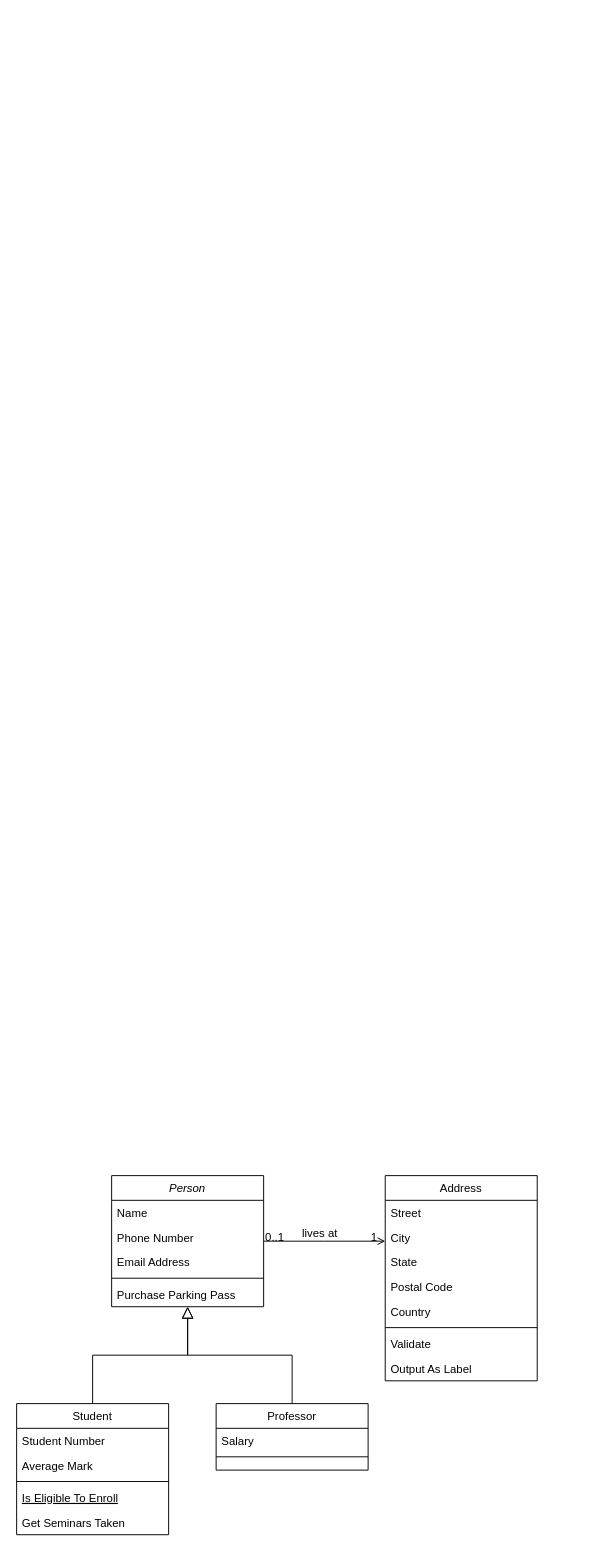
New-B/figures keeps this draw.io diagram as farm.drawio. Above is the earlier version. Source tidied: cells renumbered, new cells numbered last; positions are measured from the earlier drawing's top-left corner, leaving out a move shared by most shapes. Both pictures are drawn from the tidied source at 95%, with x=0, y=0 at pixel (16, 1175).
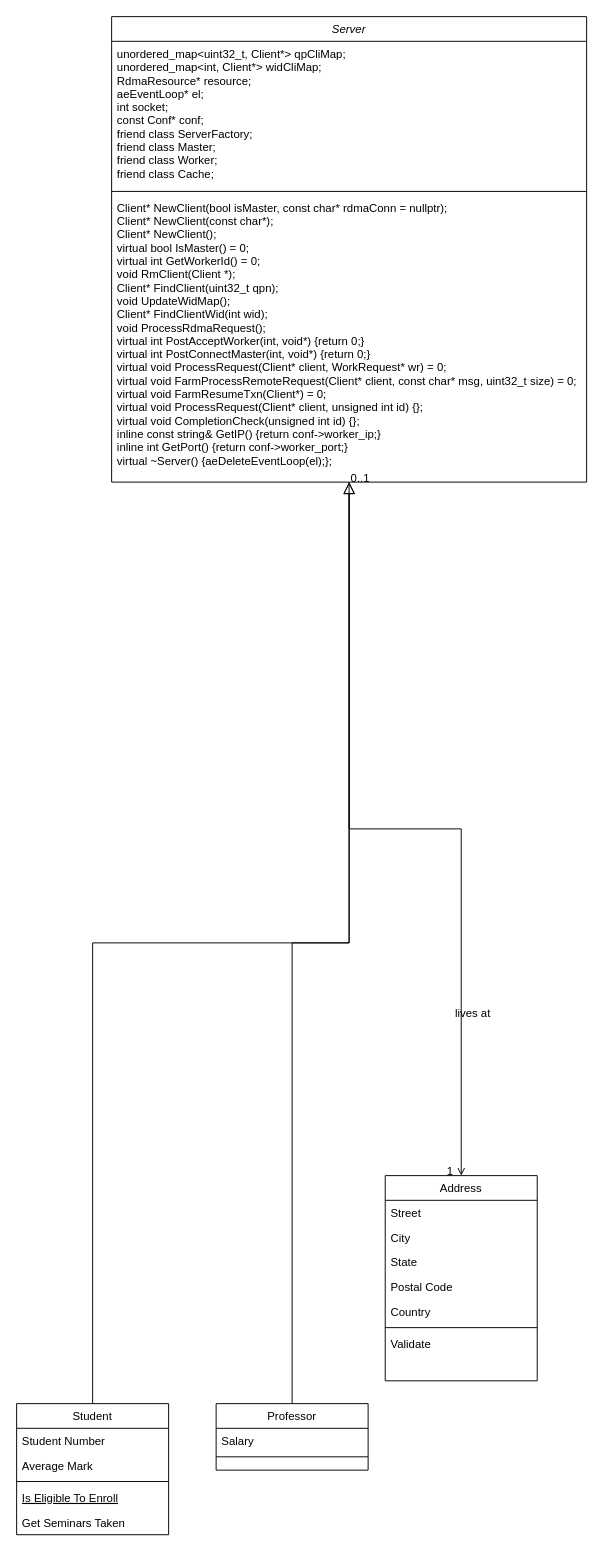
The same page after the edit.

Unchanged cells that the change refers to:
```xml
<mxCell id="19" value="Address" style="swimlane;fontStyle=0;align=center;verticalAlign=top;horizontal=1;startSize=26;rounded=0;shadow=0;strokeWidth=1;" parent="1" vertex="1">
  <mxGeometry x="388" width="160" height="216" as="geometry" />
</mxCell>
```

Diff of the diagram source:
```diff
@@
-    <mxCell id="2" value="Person" style="swimlane;fontStyle=2;align=center;verticalAlign=top;horizontal=1;startSize=26;rounded=0;shadow=0;strokeWidth=1;" parent="1" vertex="1">
-      <mxGeometry x="100" width="160" height="138" as="geometry" />
+    <mxCell id="2" value="Server" style="swimlane;fontStyle=2;align=center;verticalAlign=top;horizontal=1;startSize=26;rounded=0;shadow=0;strokeWidth=1;" parent="1" vertex="1">
+      <mxGeometry x="100" y="-1220" width="500" height="490" as="geometry" />
     </mxCell>
-    <mxCell id="3" value="Name" style="text;align=left;verticalAlign=top;spacingLeft=4;spacingRight=4;overflow=hidden;" parent="2" vertex="1">
-      <mxGeometry y="26" width="160" height="26" as="geometry" />
+    <mxCell id="3" value="unordered_map&lt;uint32_t, Client*&gt; qpCliMap;&#10;unordered_map&lt;int, Client*&gt; widCliMap;&#10;RdmaResource* resource;&#10;aeEventLoop* el;&#10;int socket;&#10;const Conf* conf;&#10;    friend class ServerFactory;&#10;    friend class Master;&#10;    friend class Worker;&#10;    friend class Cache;&#10;&#10;" style="text;align=left;verticalAlign=top;spacingLeft=4;spacingRight=4;overflow=hidden;" parent="2" vertex="1">
+      <mxGeometry y="26" width="500" height="154" as="geometry" />
     </mxCell>
-    <mxCell id="4" value="Phone Number" style="text;align=left;verticalAlign=top;spacingLeft=4;spacingRight=4;overflow=hidden;rounded=0;shadow=0;html=0;" parent="2" vertex="1">
-      <mxGeometry y="52" width="160" height="26" as="geometry" />
-    </mxCell>
-    <mxCell id="5" value="Email Address" style="text;align=left;verticalAlign=top;spacingLeft=4;spacingRight=4;overflow=hidden;rounded=0;shadow=0;html=0;" parent="2" vertex="1">
-      <mxGeometry y="78" width="160" height="26" as="geometry" />
-    </mxCell>
     <mxCell id="6" style="line;html=1;strokeWidth=1;align=left;verticalAlign=middle;spacingTop=-1;spacingLeft=3;spacingRight=3;labelPosition=right;" parent="2" vertex="1">
-      <mxGeometry y="104" width="160" height="8" as="geometry" />
+      <mxGeometry y="180" width="500" height="8" as="geometry" />
     </mxCell>
-    <mxCell id="7" value="Purchase Parking Pass" style="text;align=left;verticalAlign=top;spacingLeft=4;spacingRight=4;overflow=hidden;" parent="2" vertex="1">
-      <mxGeometry y="112" width="160" height="26" as="geometry" />
-    </mxCell>
+    <mxCell id="27" value="Client* NewClient(bool isMaster, const char* rdmaConn = nullptr); &#10;Client* NewClient(const char*);&#10;Client* NewClient();&#10;virtual bool IsMaster() = 0;  &#10;virtual int GetWorkerId() = 0;&#10;void RmClient(Client *);&#10;Client* FindClient(uint32_t qpn);&#10;void UpdateWidMap(); &#10;Client* FindClientWid(int wid);&#10;void ProcessRdmaRequest(); &#10;virtual int PostAcceptWorker(int, void*) {return 0;} &#10;virtual int PostConnectMaster(int, void*) {return 0;} &#10;virtual void ProcessRequest(Client* client, WorkRequest* wr) = 0; &#10;virtual void FarmProcessRemoteRequest(Client* client, const char* msg, uint32_t size) = 0;&#10;virtual void FarmResumeTxn(Client*) = 0;&#10;virtual void ProcessRequest(Client* client, unsigned int id) {};&#10;virtual void CompletionCheck(unsigned int id) {};&#10;inline const string&amp; GetIP() {return conf-&gt;worker_ip;} &#10;inline int GetPort() {return conf-&gt;worker_port;}&#10;virtual ~Server() {aeDeleteEventLoop(el);}; " style="text;align=left;verticalAlign=top;spacingLeft=4;spacingRight=4;overflow=hidden;fontSize=12;" parent="2" vertex="1">
+      <mxGeometry y="188" width="500" height="292" as="geometry" />
+    </mxCell>
@@
-    <mxCell id="27" value="Output As Label" style="text;align=left;verticalAlign=top;spacingLeft=4;spacingRight=4;overflow=hidden;" parent="19" vertex="1">
-      <mxGeometry y="190" width="160" height="26" as="geometry" />
-    </mxCell>
-    <mxCell id="28" style="endArrow=open;shadow=0;strokeWidth=1;rounded=0;curved=0;endFill=1;edgeStyle=elbowEdgeStyle;elbow=vertical;" parent="1" edge="1" source="2" target="19">
+    <mxCell id="28" style="endArrow=open;shadow=0;strokeWidth=1;rounded=0;curved=0;endFill=1;edgeStyle=elbowEdgeStyle;elbow=vertical;" parent="1" edge="1" target="19">
       <mxGeometry x="0.5" y="41" relative="1" as="geometry">
+        <mxPoint x="350" y="-730" as="sourcePoint" />
         <mxPoint x="-40" y="32" as="offset" />
       </mxGeometry>
     </mxCell>
```
